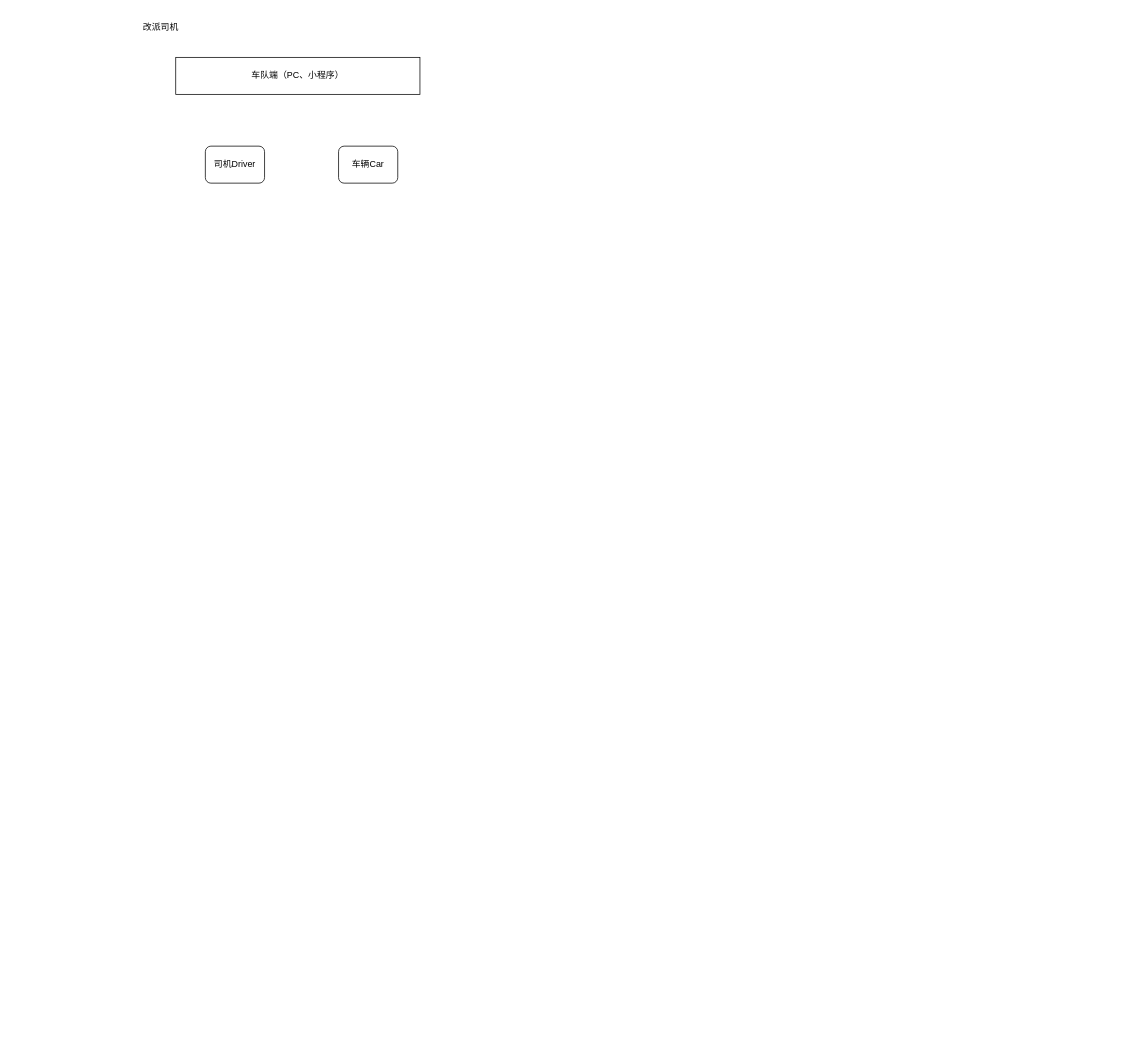
This is 调度/改派司机.drawio from gongyao1992/draw, a draw.io file, before an edit. Source tidied: cells renumbered, new cells numbered last; positions are measured from the earlier drawing's top-left corner, leaving out a move shared by most shapes. Both pictures are drawn from the tidied source at 74%, with x=0, y=0 at pixel (131, 13).
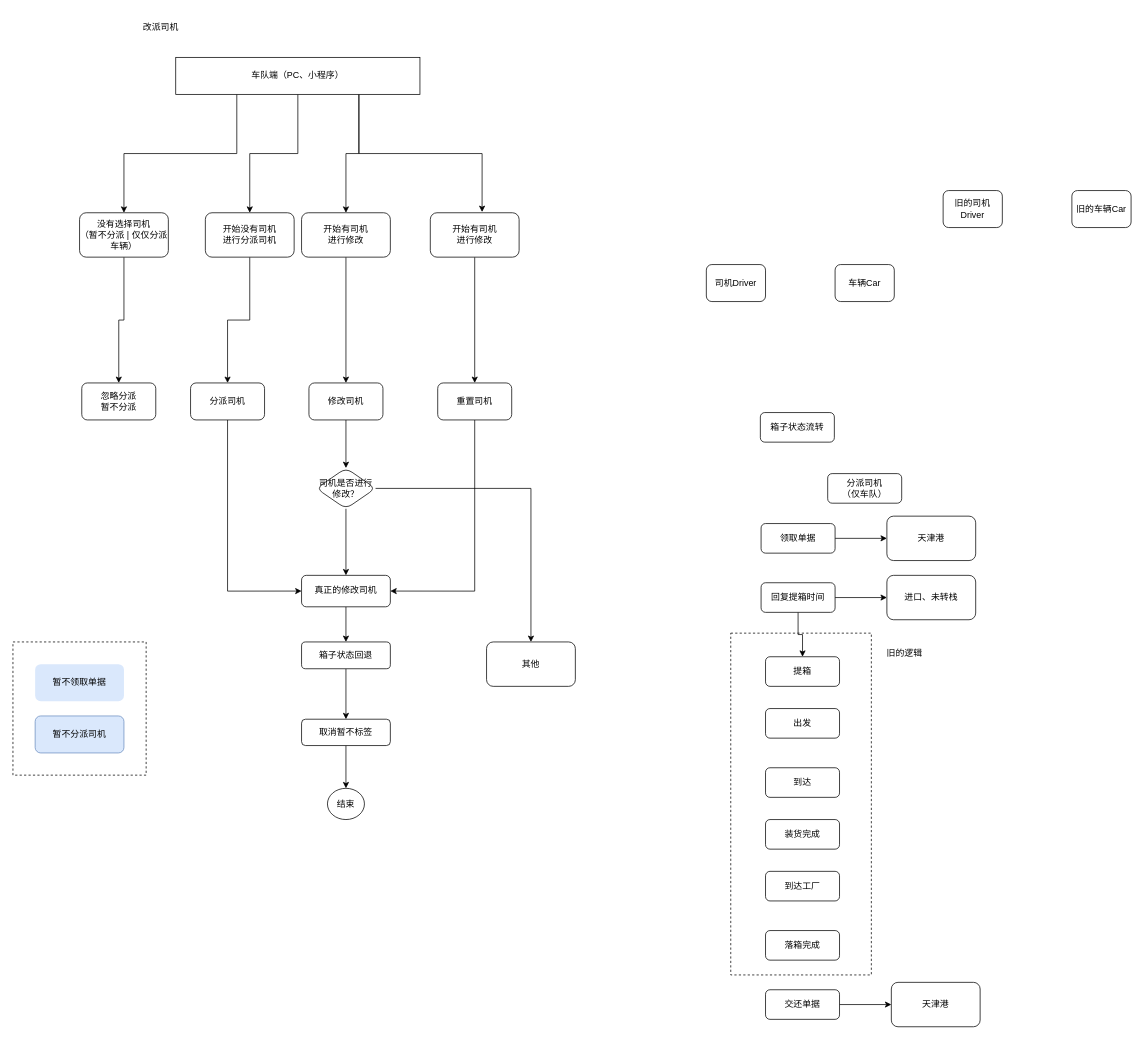
The same diagram, later.

Commit message (it also covers changes not shown here):
更新改派司机.drawio

The change refers to these unchanged cells:
```xml
<mxCell id="5" value="车队端（PC、小程序）" style="rounded=0;whiteSpace=wrap;html=1;" parent="1" vertex="1">
  <mxGeometry x="60" y="60" width="330" height="50" as="geometry" />
</mxCell>
```

The edit, as a diff of the source:
```diff
@@
+    <mxCell id="6" style="rounded=0;whiteSpace=wrap;html=1;dashed=1;fillColor=none;" parent="1" vertex="1">
+      <mxGeometry x="810" y="838.1" width="190" height="461.9" as="geometry" />
+    </mxCell>
+    <mxCell id="7" style="rounded=0;whiteSpace=wrap;html=1;fillColor=none;dashed=1;" parent="1" vertex="1">
+      <mxGeometry x="-160" y="850" width="180" height="180" as="geometry" />
+    </mxCell>
@@
     <mxCell id="3" value="司机Driver" style="rounded=1;whiteSpace=wrap;html=1;" parent="1" vertex="1">
-      <mxGeometry x="100" y="180" width="80" height="50" as="geometry" />
+      <mxGeometry x="777" y="340" width="80" height="50" as="geometry" />
     </mxCell>
     <mxCell id="4" value="车辆Car" style="rounded=1;whiteSpace=wrap;html=1;" parent="1" vertex="1">
-      <mxGeometry x="280" y="180" width="80" height="50" as="geometry" />
+      <mxGeometry x="951" y="340" width="80" height="50" as="geometry" />
     </mxCell>
+    <mxCell id="8" style="edgeStyle=orthogonalEdgeStyle;rounded=0;jettySize=auto;html=1;exitX=0.25;exitY=1;exitDx=0;exitDy=0;entryX=0.5;entryY=0;entryDx=0;entryDy=0;" parent="1" edge="1" source="5" target="22">
+      <mxGeometry relative="1" as="geometry" />
+    </mxCell>
+    <mxCell id="9" style="edgeStyle=orthogonalEdgeStyle;rounded=0;jettySize=auto;html=1;exitX=0.5;exitY=1;exitDx=0;exitDy=0;entryX=0.5;entryY=0;entryDx=0;entryDy=0;" parent="1" edge="1" source="5" target="24">
+      <mxGeometry relative="1" as="geometry" />
+    </mxCell>
+    <mxCell id="10" style="edgeStyle=orthogonalEdgeStyle;rounded=0;jettySize=auto;html=1;exitX=0.75;exitY=1;exitDx=0;exitDy=0;" parent="1" edge="1" source="5" target="26">
+      <mxGeometry relative="1" as="geometry" />
+    </mxCell>
+    <mxCell id="11" style="edgeStyle=orthogonalEdgeStyle;rounded=0;jettySize=auto;html=1;exitX=0.75;exitY=1;exitDx=0;exitDy=0;entryX=0.583;entryY=-0.017;entryDx=0;entryDy=0;entryPerimeter=0;" parent="1" edge="1" source="5" target="28">
+      <mxGeometry relative="1" as="geometry" />
+    </mxCell>
@@
+    <mxCell id="12" value="旧的司机Driver" style="rounded=1;whiteSpace=wrap;html=1;" parent="1" vertex="1">
+      <mxGeometry x="1097" y="240" width="80" height="50" as="geometry" />
+    </mxCell>
+    <mxCell id="13" value="旧的车辆Car" style="rounded=1;whiteSpace=wrap;html=1;" parent="1" vertex="1">
+      <mxGeometry x="1271" y="240" width="80" height="50" as="geometry" />
+    </mxCell>
+    <mxCell id="14" value="忽略分派&lt;br&gt;暂不分派" style="rounded=1;whiteSpace=wrap;html=1;" parent="1" vertex="1">
+      <mxGeometry x="-67" y="500" width="100" height="50" as="geometry" />
+    </mxCell>
+    <mxCell id="15" style="edgeStyle=orthogonalEdgeStyle;rounded=0;jettySize=auto;html=1;exitX=0.5;exitY=1;exitDx=0;exitDy=0;entryX=0;entryY=0.5;entryDx=0;entryDy=0;" parent="1" edge="1" source="16" target="33">
+      <mxGeometry relative="1" as="geometry" />
+    </mxCell>
+    <mxCell id="16" value="分派司机" style="rounded=1;whiteSpace=wrap;html=1;" parent="1" vertex="1">
+      <mxGeometry x="80" y="500" width="100" height="50" as="geometry" />
+    </mxCell>
+    <mxCell id="17" style="edgeStyle=orthogonalEdgeStyle;rounded=0;jettySize=auto;html=1;" parent="1" edge="1" source="18" target="31">
+      <mxGeometry relative="1" as="geometry" />
+    </mxCell>
+    <mxCell id="18" value="修改司机" style="rounded=1;whiteSpace=wrap;html=1;" parent="1" vertex="1">
+      <mxGeometry x="240" y="500" width="100" height="50" as="geometry" />
+    </mxCell>
+    <mxCell id="19" style="edgeStyle=orthogonalEdgeStyle;rounded=0;jettySize=auto;html=1;exitX=0.5;exitY=1;exitDx=0;exitDy=0;entryX=1;entryY=0.5;entryDx=0;entryDy=0;" parent="1" edge="1" source="20" target="33">
+      <mxGeometry relative="1" as="geometry" />
+    </mxCell>
+    <mxCell id="20" value="重置司机" style="rounded=1;whiteSpace=wrap;html=1;" parent="1" vertex="1">
+      <mxGeometry x="414" y="500" width="100" height="50" as="geometry" />
+    </mxCell>
+    <mxCell id="21" style="edgeStyle=orthogonalEdgeStyle;rounded=0;jettySize=auto;html=1;exitX=0.5;exitY=1;exitDx=0;exitDy=0;entryX=0.5;entryY=0;entryDx=0;entryDy=0;" parent="1" edge="1" source="22" target="14">
+      <mxGeometry relative="1" as="geometry" />
+    </mxCell>
+    <mxCell id="22" value="没有选择司机&lt;br&gt;（暂不分派 | 仅仅分派车辆）" style="rounded=1;whiteSpace=wrap;html=1;" parent="1" vertex="1">
+      <mxGeometry x="-70" y="270" width="120" height="60" as="geometry" />
+    </mxCell>
+    <mxCell id="23" style="edgeStyle=orthogonalEdgeStyle;rounded=0;jettySize=auto;html=1;exitX=0.5;exitY=1;exitDx=0;exitDy=0;entryX=0.5;entryY=0;entryDx=0;entryDy=0;" parent="1" edge="1" source="24" target="16">
+      <mxGeometry relative="1" as="geometry" />
+    </mxCell>
+    <mxCell id="24" value="开始没有司机&lt;br&gt;进行分派司机" style="rounded=1;whiteSpace=wrap;html=1;" parent="1" vertex="1">
+      <mxGeometry x="100" y="270" width="120" height="60" as="geometry" />
+    </mxCell>
+    <mxCell id="25" style="edgeStyle=orthogonalEdgeStyle;rounded=0;jettySize=auto;html=1;exitX=0.5;exitY=1;exitDx=0;exitDy=0;entryX=0.5;entryY=0;entryDx=0;entryDy=0;" parent="1" edge="1" source="26" target="18">
+      <mxGeometry relative="1" as="geometry" />
+    </mxCell>
+    <mxCell id="26" value="开始有司机&lt;br&gt;进行修改" style="rounded=1;whiteSpace=wrap;html=1;" parent="1" vertex="1">
+      <mxGeometry x="230" y="270" width="120" height="60" as="geometry" />
+    </mxCell>
+    <mxCell id="27" style="edgeStyle=orthogonalEdgeStyle;rounded=0;jettySize=auto;html=1;exitX=0.5;exitY=1;exitDx=0;exitDy=0;entryX=0.5;entryY=0;entryDx=0;entryDy=0;" parent="1" edge="1" source="28" target="20">
+      <mxGeometry relative="1" as="geometry" />
+    </mxCell>
+    <mxCell id="28" value="开始有司机&lt;br&gt;进行修改" style="rounded=1;whiteSpace=wrap;html=1;" parent="1" vertex="1">
+      <mxGeometry x="404" y="270" width="120" height="60" as="geometry" />
+    </mxCell>
+    <mxCell id="29" style="edgeStyle=orthogonalEdgeStyle;rounded=0;jettySize=auto;html=1;" parent="1" edge="1" source="31" target="33">
+      <mxGeometry relative="1" as="geometry" />
+    </mxCell>
+    <mxCell id="30" style="edgeStyle=orthogonalEdgeStyle;rounded=0;jettySize=auto;html=1;exitX=1;exitY=0.5;exitDx=0;exitDy=0;" parent="1" edge="1" source="31" target="34">
+      <mxGeometry relative="1" as="geometry" />
+    </mxCell>
+    <mxCell id="31" value="司机是否进行修改？" style="rhombus;whiteSpace=wrap;html=1;rounded=1;" parent="1" vertex="1">
+      <mxGeometry x="250" y="615" width="80" height="55" as="geometry" />
+    </mxCell>
+    <mxCell id="32" style="edgeStyle=orthogonalEdgeStyle;rounded=0;jettySize=auto;html=1;" parent="1" edge="1" source="33" target="38">
+      <mxGeometry relative="1" as="geometry" />
+    </mxCell>
+    <mxCell id="33" value="真正的修改司机" style="whiteSpace=wrap;html=1;rounded=1;" parent="1" vertex="1">
+      <mxGeometry x="230" y="760" width="120" height="42.5" as="geometry" />
+    </mxCell>
+    <mxCell id="34" value="其他" style="rounded=1;whiteSpace=wrap;html=1;" parent="1" vertex="1">
+      <mxGeometry x="480" y="850" width="120" height="60" as="geometry" />
+    </mxCell>
+    <mxCell id="35" value="暂不领取单据" style="rounded=1;whiteSpace=wrap;html=1;fillColor=#dae8fc;strokeColor=none;" parent="1" vertex="1">
+      <mxGeometry x="-130" y="880" width="120" height="50" as="geometry" />
+    </mxCell>
+    <mxCell id="36" value="暂不分派司机" style="rounded=1;whiteSpace=wrap;html=1;strokeColor=#6c8ebf;fillColor=#dae8fc;" parent="1" vertex="1">
+      <mxGeometry x="-130" y="950" width="120" height="50" as="geometry" />
+    </mxCell>
+    <mxCell id="37" style="edgeStyle=orthogonalEdgeStyle;rounded=0;jettySize=auto;html=1;" parent="1" edge="1" source="38" target="40">
+      <mxGeometry relative="1" as="geometry" />
+    </mxCell>
+    <mxCell id="38" value="箱子状态回退" style="whiteSpace=wrap;html=1;rounded=1;" parent="1" vertex="1">
+      <mxGeometry x="230" y="850" width="120" height="36.2" as="geometry" />
+    </mxCell>
+    <mxCell id="39" style="edgeStyle=orthogonalEdgeStyle;rounded=0;jettySize=auto;html=1;" parent="1" edge="1" source="40" target="41">
+      <mxGeometry relative="1" as="geometry" />
+    </mxCell>
+    <mxCell id="40" value="取消暂不标签" style="whiteSpace=wrap;html=1;rounded=1;" parent="1" vertex="1">
+      <mxGeometry x="230" y="954.4" width="120" height="35.6" as="geometry" />
+    </mxCell>
+    <mxCell id="41" value="结束" style="ellipse;whiteSpace=wrap;html=1;rounded=1;" parent="1" vertex="1">
+      <mxGeometry x="265" y="1047.8" width="50" height="42.2" as="geometry" />
+    </mxCell>
+    <mxCell id="42" value="箱子状态流转" style="rounded=1;whiteSpace=wrap;html=1;" parent="1" vertex="1">
+      <mxGeometry x="850" y="540" width="100" height="40" as="geometry" />
+    </mxCell>
+    <mxCell id="43" value="分派司机&lt;br&gt;（仅车队）" style="rounded=1;whiteSpace=wrap;html=1;" parent="1" vertex="1">
+      <mxGeometry x="941" y="622.5" width="100" height="40" as="geometry" />
+    </mxCell>
+    <mxCell id="44" style="edgeStyle=orthogonalEdgeStyle;rounded=0;jettySize=auto;html=1;" parent="1" edge="1" source="45" target="59">
+      <mxGeometry relative="1" as="geometry" />
+    </mxCell>
+    <mxCell id="45" value="领取单据" style="rounded=1;whiteSpace=wrap;html=1;" parent="1" vertex="1">
+      <mxGeometry x="851" y="690" width="100" height="40" as="geometry" />
+    </mxCell>
+    <mxCell id="46" style="edgeStyle=orthogonalEdgeStyle;rounded=0;jettySize=auto;html=1;exitX=0.5;exitY=1;exitDx=0;exitDy=0;entryX=0.5;entryY=0;entryDx=0;entryDy=0;" parent="1" edge="1" source="48" target="49">
+      <mxGeometry relative="1" as="geometry" />
+    </mxCell>
+    <mxCell id="47" style="edgeStyle=orthogonalEdgeStyle;rounded=0;jettySize=auto;html=1;" parent="1" edge="1" source="48" target="58">
+      <mxGeometry relative="1" as="geometry" />
+    </mxCell>
+    <mxCell id="48" value="回复提箱时间" style="rounded=1;whiteSpace=wrap;html=1;" parent="1" vertex="1">
+      <mxGeometry x="851" y="770" width="100" height="40" as="geometry" />
+    </mxCell>
+    <mxCell id="49" value="提箱" style="rounded=1;whiteSpace=wrap;html=1;" parent="1" vertex="1">
+      <mxGeometry x="857" y="870" width="100" height="40" as="geometry" />
+    </mxCell>
+    <mxCell id="50" value="出发" style="rounded=1;whiteSpace=wrap;html=1;" parent="1" vertex="1">
+      <mxGeometry x="857" y="940" width="100" height="40" as="geometry" />
+    </mxCell>
+    <mxCell id="51" value="到达" style="rounded=1;whiteSpace=wrap;html=1;" parent="1" vertex="1">
+      <mxGeometry x="857" y="1020" width="100" height="40" as="geometry" />
+    </mxCell>
+    <mxCell id="52" value="装货完成" style="rounded=1;whiteSpace=wrap;html=1;" parent="1" vertex="1">
+      <mxGeometry x="857" y="1090" width="100" height="40" as="geometry" />
+    </mxCell>
+    <mxCell id="53" value="到达工厂" style="rounded=1;whiteSpace=wrap;html=1;" parent="1" vertex="1">
+      <mxGeometry x="857" y="1160" width="100" height="40" as="geometry" />
+    </mxCell>
+    <mxCell id="54" value="落箱完成" style="rounded=1;whiteSpace=wrap;html=1;" parent="1" vertex="1">
+      <mxGeometry x="857" y="1240" width="100" height="40" as="geometry" />
+    </mxCell>
+    <mxCell id="55" style="edgeStyle=orthogonalEdgeStyle;rounded=0;jettySize=auto;html=1;" parent="1" edge="1" source="56" target="60">
+      <mxGeometry relative="1" as="geometry" />
+    </mxCell>
+    <mxCell id="56" value="交还单据" style="rounded=1;whiteSpace=wrap;html=1;" parent="1" vertex="1">
+      <mxGeometry x="857" y="1320" width="100" height="40" as="geometry" />
+    </mxCell>
+    <mxCell id="57" value="旧的逻辑" style="text;html=1;strokeColor=none;fillColor=none;align=center;verticalAlign=middle;whiteSpace=wrap;rounded=0;dashed=1;" parent="1" vertex="1">
+      <mxGeometry x="1010" y="850" width="70" height="30" as="geometry" />
+    </mxCell>
+    <mxCell id="58" value="进口、未转栈" style="whiteSpace=wrap;html=1;rounded=1;" parent="1" vertex="1">
+      <mxGeometry x="1021" y="760" width="120" height="60" as="geometry" />
+    </mxCell>
+    <mxCell id="59" value="天津港" style="whiteSpace=wrap;html=1;rounded=1;" parent="1" vertex="1">
+      <mxGeometry x="1021" y="680" width="120" height="60" as="geometry" />
+    </mxCell>
+    <mxCell id="60" value="天津港" style="whiteSpace=wrap;html=1;rounded=1;" parent="1" vertex="1">
+      <mxGeometry x="1027" y="1310" width="120" height="60" as="geometry" />
+    </mxCell>
```
